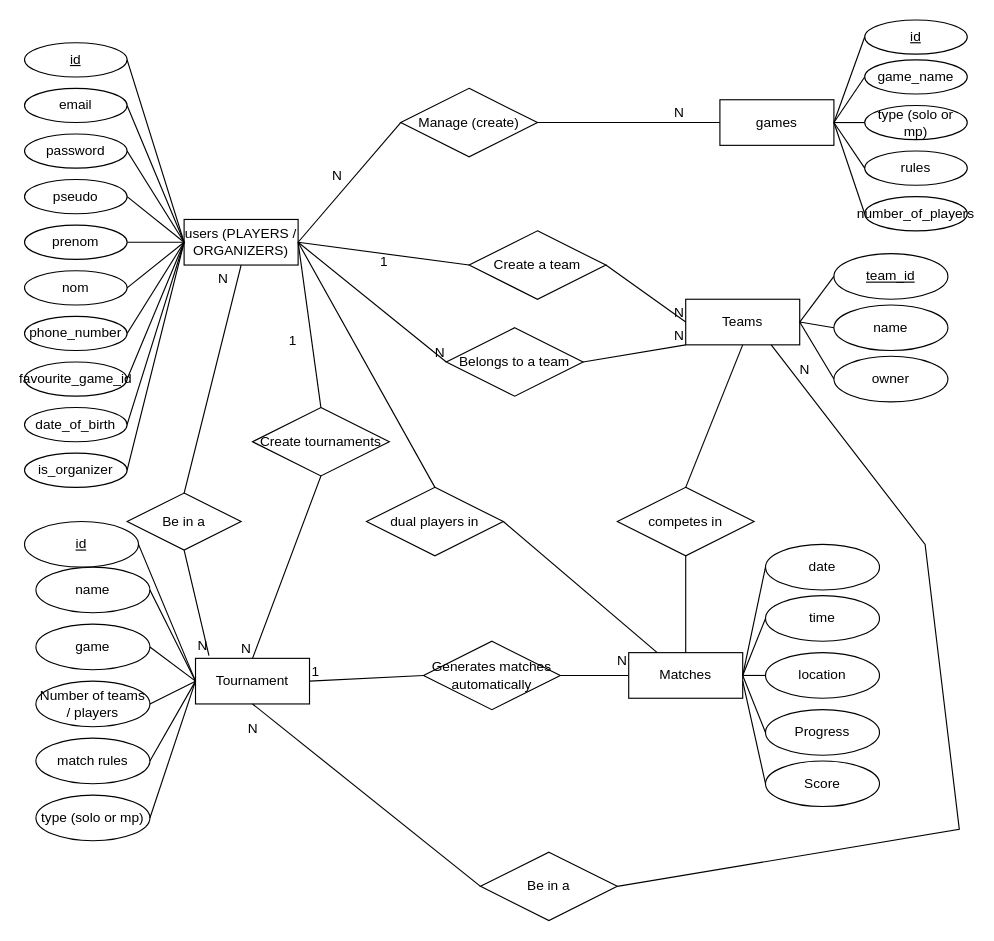
Earlier version of the draw.io diagram ERD.drawio (ByScream/UTBM-IF3E-Projet-BGTMS). Source tidied: cells renumbered, new cells numbered last; positions are measured from the earlier drawing's top-left corner, leaving out a move shared by most shapes. Both pictures are drawn from the tidied source at 114%, with x=0, y=0 at pixel (24, 19).
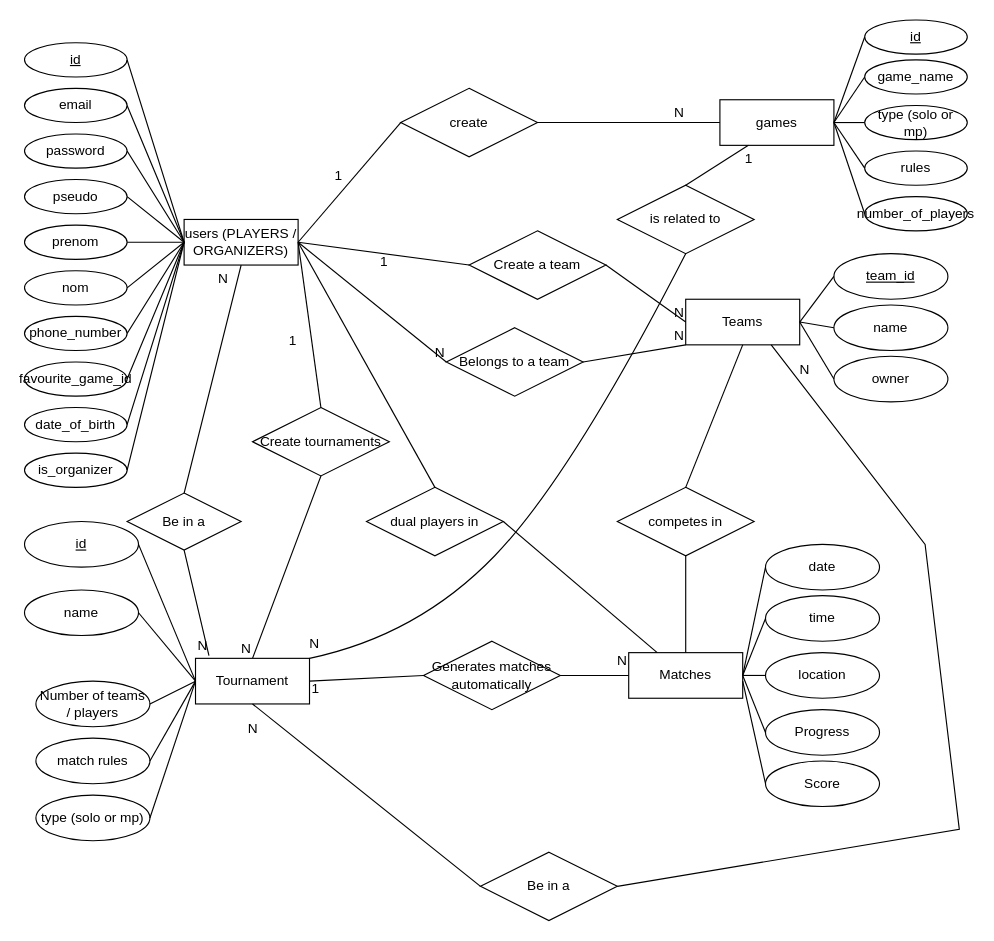
The same page after the edit.

Unchanged cells that the change refers to:
```xml
<mxCell id="21" style="endArrow=none;html=1;rounded=0;exitX=1;exitY=0.5;exitDx=0;exitDy=0;entryX=0;entryY=0.5;entryDx=0;entryDy=0;" parent="1" edge="1" source="3" target="20">
  <mxGeometry relative="1" as="geometry" />
</mxCell>
<mxCell id="25" value="games" style="whiteSpace=wrap;html=1;align=center;" parent="1" vertex="1">
  <mxGeometry x="610" y="70" width="100" height="40" as="geometry" />
</mxCell>
<mxCell id="38" value="Tournament" style="whiteSpace=wrap;html=1;align=center;" parent="1" vertex="1">
  <mxGeometry x="150" y="560" width="100" height="40" as="geometry" />
</mxCell>
<mxCell id="92" style="endArrow=none;html=1;rounded=0;fontSize=12;startSize=8;endSize=8;curved=1;exitX=1;exitY=0.5;exitDx=0;exitDy=0;entryX=0;entryY=0.5;entryDx=0;entryDy=0;" parent="1" edge="1" source="38" target="58">
  <mxGeometry relative="1" as="geometry" />
</mxCell>
```

The edit, as a diff of the source:
```diff
@@
-    <mxCell id="20" value="Manage (create)" style="shape=rhombus;perimeter=rhombusPerimeter;whiteSpace=wrap;html=1;align=center;" parent="1" vertex="1">
+    <mxCell id="20" value="create" style="shape=rhombus;perimeter=rhombusPerimeter;whiteSpace=wrap;html=1;align=center;" parent="1" vertex="1">
       <mxGeometry x="330" y="60" width="120" height="60" as="geometry" />
     </mxCell>
@@
-    <mxCell id="22" value="N" style="html=1;whiteSpace=wrap;align=right;verticalAlign=bottom;" parent="21" vertex="1">
+    <mxCell id="22" value="1" style="html=1;whiteSpace=wrap;align=right;verticalAlign=bottom;" parent="21" vertex="1">
       <mxGeometry x="1" relative="1" as="geometry">
         <mxPoint x="-50" y="55" as="offset" />
       </mxGeometry>
     </mxCell>
@@
-    <mxCell id="39" value="game" style="ellipse;whiteSpace=wrap;html=1;align=center;" parent="1" vertex="1">
-      <mxGeometry x="10" y="530" width="100" height="40" as="geometry" />
-    </mxCell>
@@
-    <mxCell id="42" style="endArrow=none;html=1;rounded=0;exitX=1;exitY=0.5;exitDx=0;exitDy=0;entryX=0;entryY=0.5;entryDx=0;entryDy=0;" parent="1" edge="1" source="39" target="38">
-      <mxGeometry relative="1" as="geometry" />
-    </mxCell>
@@
     <mxCell id="89" value="name" style="ellipse;whiteSpace=wrap;html=1;align=center;" parent="1" vertex="1">
-      <mxGeometry x="10" y="480" width="100" height="40" as="geometry" />
+      <mxGeometry y="500" width="100" height="40" as="geometry" />
     </mxCell>
@@
     <mxCell id="93" value="1" style="html=1;whiteSpace=wrap;align=right;verticalAlign=bottom;" parent="92" vertex="1">
       <mxGeometry x="1" relative="1" as="geometry">
-        <mxPoint x="-90" y="5" as="offset" />
+        <mxPoint x="-90" y="20" as="offset" />
       </mxGeometry>
     </mxCell>
@@
+    <mxCell id="106" style="endArrow=none;html=1;rounded=0;fontSize=12;startSize=8;endSize=8;curved=1;exitX=1;exitY=0;exitDx=0;exitDy=0;entryX=0.5;entryY=1;entryDx=0;entryDy=0;" parent="1" edge="1" source="38" target="108">
+      <mxGeometry relative="1" as="geometry">
+        <Array as="points">
+          <mxPoint x="345" y="540" />
+          <mxPoint x="480" y="400" />
+        </Array>
+      </mxGeometry>
+    </mxCell>
+    <mxCell id="107" value="N" style="html=1;whiteSpace=wrap;align=right;verticalAlign=bottom;" parent="106" vertex="1">
+      <mxGeometry x="1" relative="1" as="geometry">
+        <mxPoint x="-320" y="350" as="offset" />
+      </mxGeometry>
+    </mxCell>
+    <mxCell id="108" value="is related to" style="shape=rhombus;perimeter=rhombusPerimeter;whiteSpace=wrap;html=1;align=center;" parent="1" vertex="1">
+      <mxGeometry x="520" y="145" width="120" height="60" as="geometry" />
+    </mxCell>
+    <mxCell id="109" style="endArrow=none;html=1;rounded=0;fontSize=12;startSize=8;endSize=8;curved=1;exitX=0.5;exitY=0;exitDx=0;exitDy=0;entryX=0.25;entryY=1;entryDx=0;entryDy=0;" parent="1" edge="1" source="108" target="25">
+      <mxGeometry relative="1" as="geometry" />
+    </mxCell>
+    <mxCell id="110" value="1" style="html=1;whiteSpace=wrap;align=right;verticalAlign=bottom;" parent="109" vertex="1">
+      <mxGeometry x="1" relative="1" as="geometry">
+        <mxPoint x="5" y="20" as="offset" />
+      </mxGeometry>
+    </mxCell>
```
